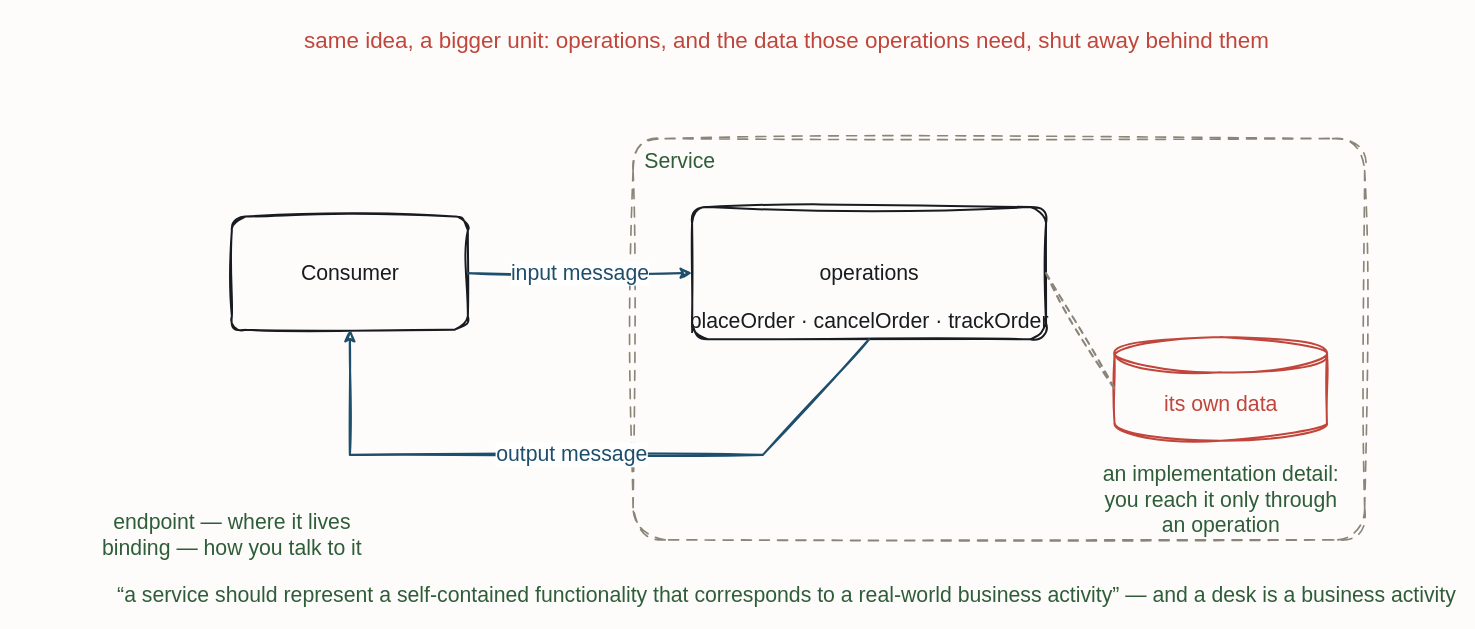
Before: resources/flow-soa-service.drawio in iancooper/practical-messaging, a draw.io diagram. Source tidied: cells renumbered, new cells numbered last; positions are measured from the earlier drawing's top-left corner, leaving out a move shared by most shapes. Both pictures are drawn from the tidied source at 118%, with x=0, y=0 at pixel (160, 20).
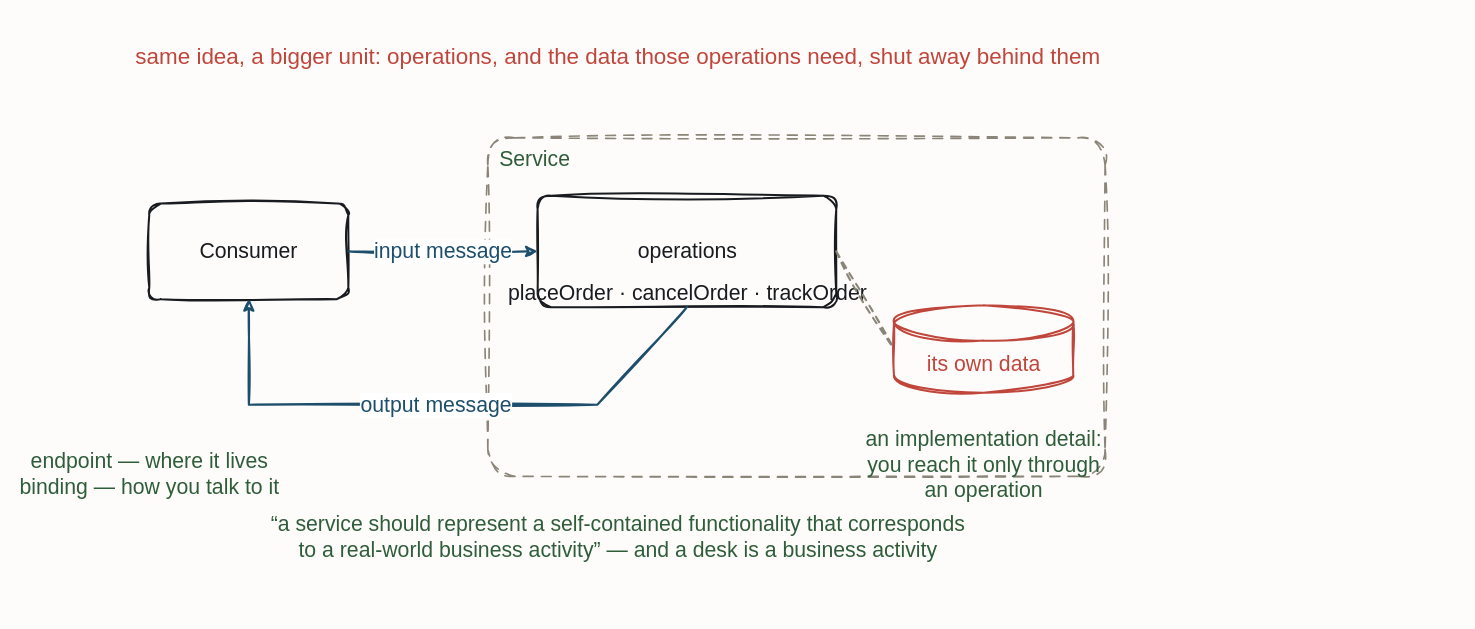
After the change.

Diff of the diagram source:
```diff
@@
 <mxGraphModel background="#FDFCFA">
   <root>
     <mxCell id="0" />
     <mxCell id="1" parent="0" />
     <mxCell id="2" value="Service" style="sketch=1;hachureGap=4;jiggle=2;curveFitting=1;fontFamily=Caveat;html=1;rounded=1;arcSize=8;verticalAlign=top;align=left;spacingLeft=8;spacingTop=2;fillColor=none;strokeColor=#8A8578;strokeWidth=1.4;fontColor=#2F5D3A;fontSize=18;dashed=1;dashPattern=6 5;" parent="1" vertex="1">
-      <mxGeometry x="400" y="100" width="620" height="340" as="geometry" />
+      <mxGeometry x="276.9" y="99.3" width="523.1" height="286.9" as="geometry" />
     </mxCell>
     <mxCell id="3" value="same idea, a bigger unit: operations, and the data those operations need, shut away behind them" style="text;html=1;align=center;fontFamily=Caveat;fontSize=19;fontColor=#C0453B;" parent="1" vertex="1">
-      <mxGeometry x="470" width="120" height="20" as="geometry" />
+      <mxGeometry x="326.6" y="13.1" width="120" height="20" as="geometry" />
     </mxCell>
     <mxCell id="4" value="operations" style="sketch=1;hachureGap=4;jiggle=2;curveFitting=1;fontFamily=Caveat;html=1;rounded=1;arcSize=12;strokeColor=#181B1F;strokeWidth=1.7;fillColor=none;fontColor=#181B1F;fontSize=18;" parent="1" vertex="1">
-      <mxGeometry x="450" y="158" width="300" height="112" as="geometry" />
+      <mxGeometry x="319.1" y="148.3" width="253.1" height="94.5" as="geometry" />
     </mxCell>
     <mxCell id="5" value="placeOrder · cancelOrder · trackOrder" style="text;html=1;align=center;fontFamily=Caveat;fontSize=18;fontColor=#181B1F;" parent="1" vertex="1">
-      <mxGeometry x="540" y="238" width="120" height="20" as="geometry" />
+      <mxGeometry x="385.6" y="213.9" width="120" height="20" as="geometry" />
     </mxCell>
     <mxCell id="6" value="its own data" style="sketch=1;hachureGap=4;jiggle=2;curveFitting=1;fontFamily=Caveat;html=1;shape=cylinder3;boundedLbl=1;backgroundOutline=1;strokeColor=#C0453B;strokeWidth=1.7;fillColor=none;fontColor=#C0453B;fontSize=18;" parent="1" vertex="1">
-      <mxGeometry x="808" y="268" width="180" height="88" as="geometry" />
+      <mxGeometry x="621.1" y="241.1" width="151.9" height="74.2" as="geometry" />
     </mxCell>
     <mxCell id="7" value="Consumer" style="sketch=1;hachureGap=4;jiggle=2;curveFitting=1;fontFamily=Caveat;html=1;rounded=1;arcSize=12;strokeColor=#181B1F;strokeWidth=1.7;fillColor=none;fontColor=#181B1F;fontSize=18;" parent="1" vertex="1">
-      <mxGeometry x="60" y="166" width="200" height="96" as="geometry" />
+      <mxGeometry x="-10" y="155" width="168.7" height="81" as="geometry" />
     </mxCell>
     <mxCell id="8" value="endpoint — where it lives&#10;binding — how you talk to it" style="text;html=1;align=center;fontFamily=Caveat;fontSize=18;fontColor=#2F5D3A;" parent="1" vertex="1">
-      <mxGeometry y="408" width="120" height="20" as="geometry" />
+      <mxGeometry x="-70" y="357.3" width="120" height="20" as="geometry" />
     </mxCell>
     <mxCell id="9" value="an implementation detail:&#10;you reach it only through&#10;an operation" style="text;html=1;align=center;fontFamily=Caveat;fontSize=18;fontColor=#2F5D3A;" parent="1" vertex="1">
-      <mxGeometry x="838" y="368" width="120" height="20" as="geometry" />
+      <mxGeometry x="637.1" y="337.9" width="120" height="20" as="geometry" />
     </mxCell>
-    <mxCell id="10" value="“a service should represent a self-contained functionality that corresponds to a real-world business activity” — and a desk is a business activity" style="text;html=1;align=center;fontFamily=Caveat;fontSize=18;fontColor=#2F5D3A;" parent="1" vertex="1">
-      <mxGeometry x="470" y="470" width="120" height="20" as="geometry" />
+    <mxCell id="10" value="“a service should represent a self-contained functionality that corresponds&#10;to a real-world business activity” — and a desk is a business activity" style="text;html=1;align=center;fontFamily=Caveat;fontSize=18;fontColor=#2F5D3A;" parent="1" vertex="1">
+      <mxGeometry x="326.6" y="409.7" width="120" height="20" as="geometry" />
     </mxCell>
     <mxCell id="11" style="sketch=1;jiggle=2;curveFitting=1;edgeStyle=none;rounded=0;strokeColor=#8A8578;strokeWidth=1.8;fontFamily=Caveat;fontSize=18;fontColor=#2F5D3A;html=1;dashed=1;endArrow=none;exitX=1.0;exitY=0.5;exitDx=0;exitDy=0;entryX=0.0;entryY=0.5;entryDx=0;entryDy=0;" parent="1" edge="1" source="4" target="6">
       <mxGeometry relative="1" as="geometry" />
     </mxCell>
     <mxCell id="12" value="input message" style="sketch=1;jiggle=2;curveFitting=1;edgeStyle=none;rounded=0;strokeColor=#1D4E6B;strokeWidth=1.8;fontFamily=Caveat;fontSize=18;fontColor=#1D4E6B;html=1;exitX=1.0;exitY=0.5;exitDx=0;exitDy=0;entryX=0.0;entryY=0.5;entryDx=0;entryDy=0;" parent="1" edge="1" source="7" target="4">
       <mxGeometry relative="1" as="geometry" />
     </mxCell>
     <mxCell id="13" value="output message" style="sketch=1;jiggle=2;curveFitting=1;edgeStyle=none;rounded=0;strokeColor=#1D4E6B;strokeWidth=1.8;fontFamily=Caveat;fontSize=18;fontColor=#1D4E6B;html=1;exitX=0.5;exitY=1.0;exitDx=0;exitDy=0;entryX=0.5;entryY=1.0;entryDx=0;entryDy=0;" parent="1" edge="1" source="4" target="7">
       <mxGeometry relative="1" as="geometry">
         <Array as="points">
-          <mxPoint x="510" y="368" />
-          <mxPoint x="160" y="368" />
+          <mxPoint x="369.7" y="325.5" />
+          <mxPoint x="74.4" y="325.5" />
         </Array>
       </mxGeometry>
     </mxCell>
   </root>
 </mxGraphModel>
```
